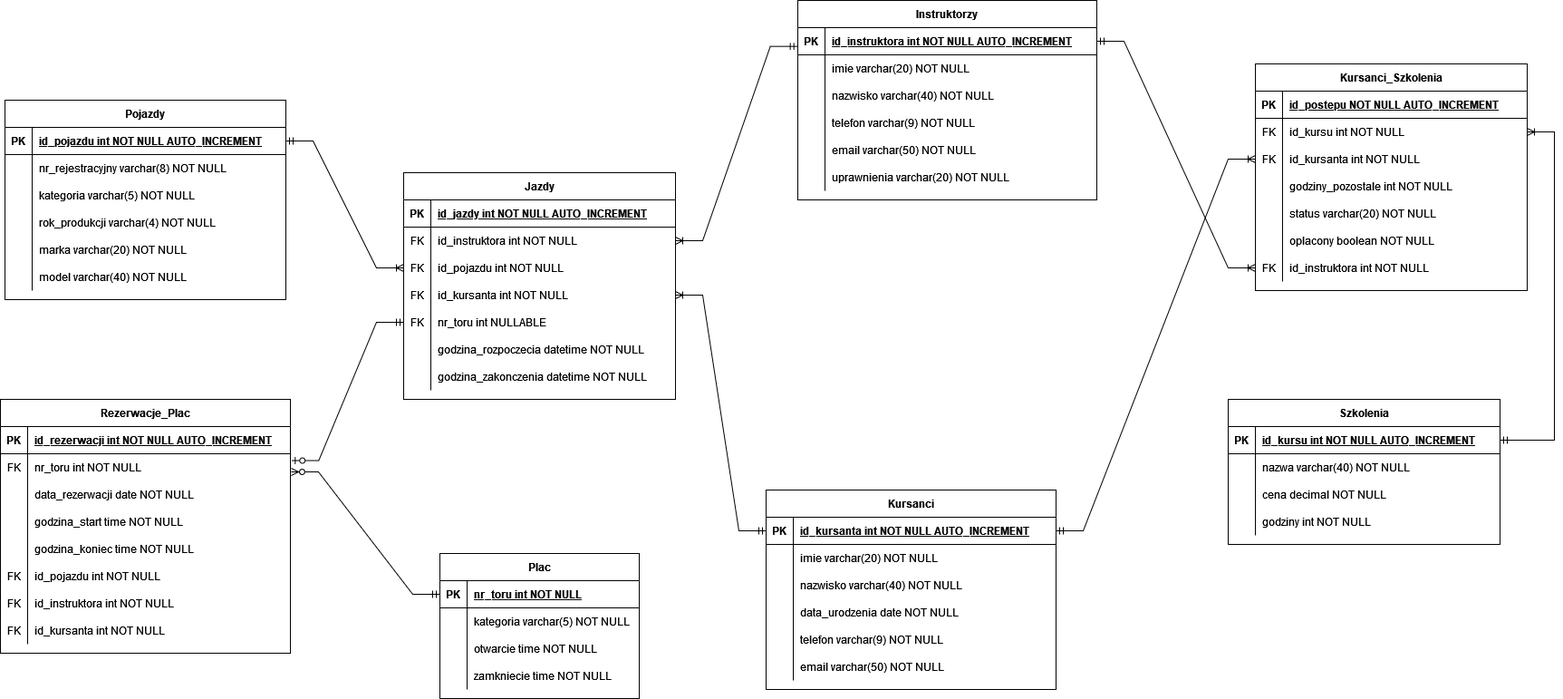
Before: OSK.drawio.png, a diagram exported from draw.io (g0rzki/bd-osk). Source tidied: cells renumbered, new cells last; positions are measured from the earlier drawing's top-left corner, leaving out a move shared by most shapes.
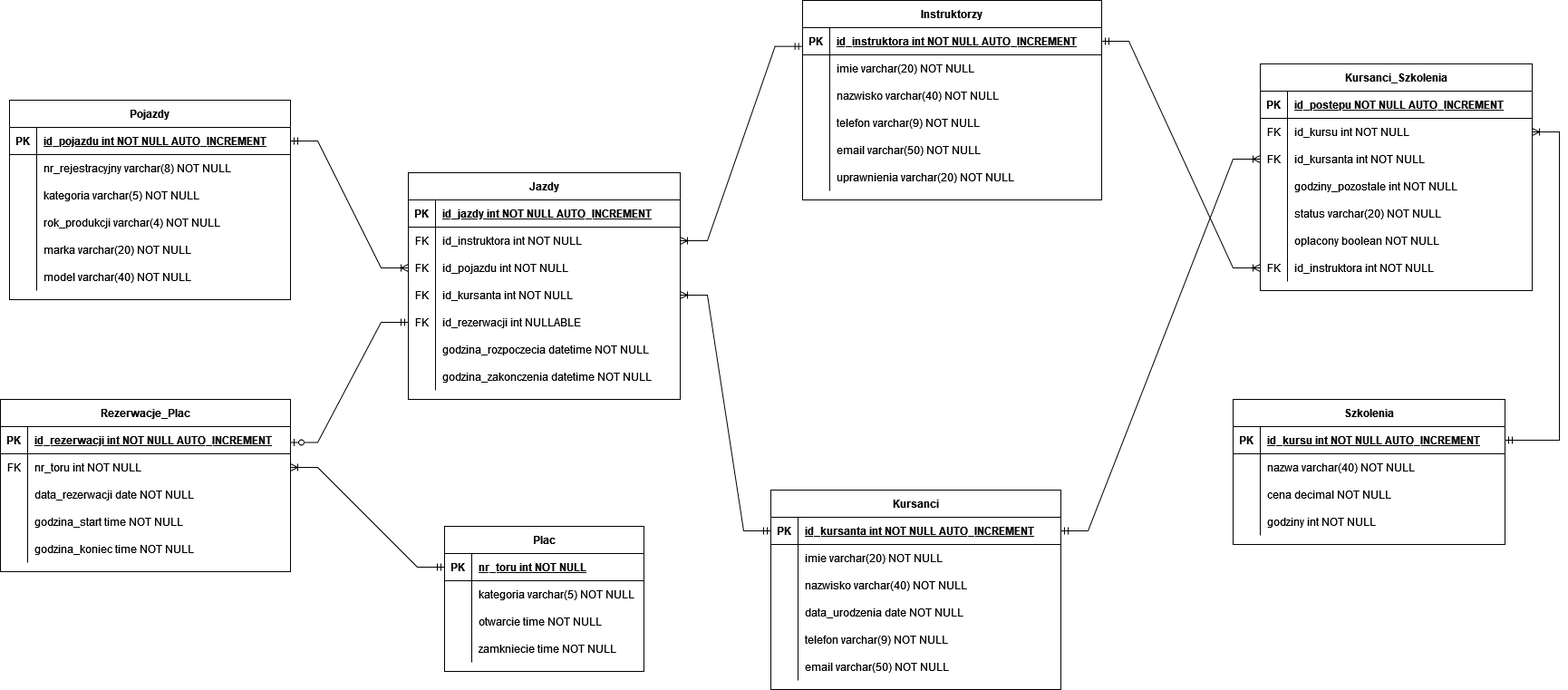
Later version of the same file.

The edit, as a diff of the source:
```diff
@@ -174,7 +174,7 @@
       <mxGeometry x="30" width="280" height="30" as="geometry" />
     </mxCell>
     <mxCell id="59" value="Plac" style="shape=table;startSize=30;rowLines=0;fontStyle=1;align=center;" parent="1" vertex="1">
-      <mxGeometry x="485" y="610" width="220" height="160" as="geometry" />
+      <mxGeometry x="485" y="580" width="220" height="160" as="geometry" />
     </mxCell>
     <mxCell id="60" style="shape=partialRectangle;fillColor=none;points=[[0,0.5],[1,0.5]];portConstraint=eastwest;top=0;left=0;right=0;bottom=1;" parent="59" vertex="1">
       <mxGeometry y="30" width="220" height="30" as="geometry" />
@@ -252,7 +252,7 @@
       <mxGeometry x="30" width="270" height="30" as="geometry" />
     </mxCell>
     <mxCell id="85" value="Rezerwacje_Plac" style="shape=table;startSize=30;rowLines=0;fontStyle=1;align=center;" parent="1" vertex="1">
-      <mxGeometry y="440" width="320" height="280" as="geometry" />
+      <mxGeometry x="-5" y="440" width="320" height="190" as="geometry" />
     </mxCell>
     <mxCell id="86" style="shape=partialRectangle;fillColor=none;top=0;left=0;right=0;bottom=1;" parent="85" vertex="1">
       <mxGeometry y="30" width="320" height="30" as="geometry" />
@@ -299,33 +299,6 @@
     <mxCell id="100" value="godzina_koniec time NOT NULL" style="shape=partialRectangle;overflow=hidden;fillColor=none;top=0;left=0;bottom=0;right=0;align=left;spacingLeft=6;" parent="98" vertex="1">
       <mxGeometry x="30" width="290" height="30" as="geometry" />
     </mxCell>
-    <mxCell id="101" style="shape=partialRectangle;fillColor=none;top=0;left=0;right=0;bottom=0;" parent="85" vertex="1">
-      <mxGeometry y="180" width="320" height="30" as="geometry" />
-    </mxCell>
-    <mxCell id="102" value="FK" style="shape=partialRectangle;overflow=hidden;fillColor=none;top=0;left=0;bottom=0;right=0;" parent="101" vertex="1">
-      <mxGeometry width="30" height="30" as="geometry" />
-    </mxCell>
-    <mxCell id="103" value="id_pojazdu int NOT NULL" style="shape=partialRectangle;overflow=hidden;fillColor=none;top=0;left=0;bottom=0;right=0;align=left;spacingLeft=6;" parent="101" vertex="1">
-      <mxGeometry x="30" width="290" height="30" as="geometry" />
-    </mxCell>
-    <mxCell id="104" style="shape=partialRectangle;fillColor=none;top=0;left=0;right=0;bottom=0;" parent="85" vertex="1">
-      <mxGeometry y="210" width="320" height="30" as="geometry" />
-    </mxCell>
-    <mxCell id="105" value="FK" style="shape=partialRectangle;overflow=hidden;fillColor=none;top=0;left=0;bottom=0;right=0;" parent="104" vertex="1">
-      <mxGeometry width="30" height="30" as="geometry" />
-    </mxCell>
-    <mxCell id="106" value="id_instruktora int NOT NULL" style="shape=partialRectangle;overflow=hidden;fillColor=none;top=0;left=0;bottom=0;right=0;align=left;spacingLeft=6;" parent="104" vertex="1">
-      <mxGeometry x="30" width="290" height="30" as="geometry" />
-    </mxCell>
-    <mxCell id="107" style="shape=partialRectangle;fillColor=none;top=0;left=0;right=0;bottom=0;" parent="85" vertex="1">
-      <mxGeometry y="240" width="320" height="30" as="geometry" />
-    </mxCell>
-    <mxCell id="108" value="FK" style="shape=partialRectangle;overflow=hidden;fillColor=none;top=0;left=0;bottom=0;right=0;" parent="107" vertex="1">
-      <mxGeometry width="30" height="30" as="geometry" />
-    </mxCell>
-    <mxCell id="109" value="id_kursanta int NOT NULL" style="shape=partialRectangle;overflow=hidden;fillColor=none;top=0;left=0;bottom=0;right=0;align=left;spacingLeft=6;" parent="107" vertex="1">
-      <mxGeometry x="30" width="290" height="30" as="geometry" />
-    </mxCell>
     <mxCell id="110" value="Jazdy" style="shape=table;startSize=30;rowLines=0;fontStyle=1;align=center;" parent="1" vertex="1">
       <mxGeometry x="445" y="190" width="300" height="250" as="geometry" />
     </mxCell>
@@ -371,7 +344,7 @@
     <mxCell id="124" value="FK" style="shape=partialRectangle;overflow=hidden;fillColor=none;top=0;left=0;bottom=0;right=0;" parent="123" vertex="1">
       <mxGeometry width="30" height="30" as="geometry" />
     </mxCell>
-    <mxCell id="125" value="nr_toru int NULLABLE" style="shape=partialRectangle;overflow=hidden;fillColor=none;top=0;left=0;bottom=0;right=0;align=left;spacingLeft=6;" parent="123" vertex="1">
+    <mxCell id="125" value="id_rezerwacji int NULLABLE" style="shape=partialRectangle;overflow=hidden;fillColor=none;top=0;left=0;bottom=0;right=0;align=left;spacingLeft=6;" parent="123" vertex="1">
       <mxGeometry x="30" width="270" height="30" as="geometry" />
     </mxCell>
     <mxCell id="126" style="shape=partialRectangle;fillColor=none;top=0;left=0;right=0;bottom=0;" parent="110" vertex="1">
@@ -428,16 +401,13 @@
     <mxCell id="137" style="edgeStyle=entityRelationEdgeStyle;fontSize=12;html=1;endArrow=ERoneToMany;startArrow=ERmandOne;rounded=0;" parent="1" edge="1" source="41" target="117">
       <mxGeometry relative="1" as="geometry" />
     </mxCell>
-    <mxCell id="138" style="edgeStyle=entityRelationEdgeStyle;fontSize=12;html=1;endArrow=ERzeroToOne;startArrow=ERmandOne;rounded=0;entryX=1.004;entryY=0.251;entryDx=0;entryDy=0;entryPerimeter=0;" parent="1" edge="1" source="123" target="89">
+    <mxCell id="138" style="edgeStyle=entityRelationEdgeStyle;fontSize=12;html=1;endArrow=ERzeroToOne;startArrow=ERmandOne;rounded=0;entryX=1;entryY=0.25;entryDx=0;entryDy=0;" parent="1" edge="1" source="123" target="85">
       <mxGeometry relative="1" as="geometry">
         <Array as="points">
           <mxPoint x="1755" y="920" />
         </Array>
       </mxGeometry>
     </mxCell>
-    <mxCell id="139" style="edgeStyle=entityRelationEdgeStyle;fontSize=12;html=1;endArrow=ERzeroToMany;startArrow=ERmandOne;rounded=0;entryX=1.003;entryY=0.667;entryDx=0;entryDy=0;entryPerimeter=0;" parent="1" edge="1" source="60" target="89">
-      <mxGeometry relative="1" as="geometry" />
-    </mxCell>
     <mxCell id="140" value="Kursanci_Szkolenia" style="shape=table;startSize=30;rowLines=0;fontStyle=1;align=center;" parent="1" vertex="1">
       <mxGeometry x="1385" y="70" width="300" height="250" as="geometry" />
     </mxCell>
@@ -504,5 +474,8 @@
     <mxCell id="161" value="id_instruktora int NOT NULL" style="shape=partialRectangle;overflow=hidden;fillColor=none;top=0;left=0;bottom=0;right=0;align=left;spacingLeft=6;" parent="159" vertex="1">
       <mxGeometry x="30" width="270" height="30" as="geometry" />
     </mxCell>
+    <mxCell id="139" style="edgeStyle=entityRelationEdgeStyle;fontSize=12;html=1;endArrow=ERoneToMany;startArrow=ERmandOne;rounded=0;" parent="1" edge="1" source="60" target="89">
+      <mxGeometry relative="1" as="geometry" />
+    </mxCell>
   </root>
 </mxGraphModel>
```
